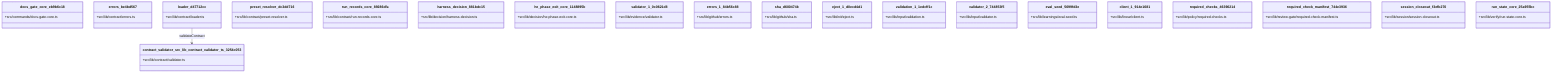
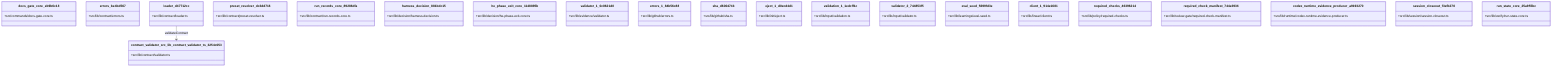
classDiagram
  class docs_gate_core_eb9b6c18 {
    +src/commands/docs-gate-core.ts
  }
  class errors_be4bd567 {
    +src/lib/contract/errors.ts
  }
  class loader_d47712cc {
    +src/lib/contract/loader.ts
  }
  class preset_resolver_dc3dd716 {
    +src/lib/contract/preset-resolver.ts
  }
  class run_records_core_89286dfa {
    +src/lib/contract/run-records-core.ts
  }
  class harness_decision_881bdc15 {
    +src/lib/decision/harness-decision.ts
  }
  class he_phase_exit_core_1148895b {
    +src/lib/decision/he-phase-exit-core.ts
  }
  class validator_1_0c0621d8 {
    +src/lib/evidence/validator.ts
  }
  class errors_1_84b56c88 {
    +src/lib/github/errors.ts
  }
  class sha_d600474b {
    +src/lib/github/sha.ts
  }
  class eject_1_d0ecd4d1 {
    +src/lib/init/eject.ts
  }
  class validation_1_1edcff1c {
    +src/lib/input/validation.ts
  }
  class validator_2_744853f5 {
    +src/lib/input/validator.ts
  }
  class eval_seed_5699fd3e {
    +src/lib/learnings/eval-seed.ts
  }
  class client_1_914e1681 {
    +src/lib/linear/client.ts
  }
  class required_checks_46396214 {
    +src/lib/policy/required-checks.ts
  }
  class required_check_manifest_744e3936 {
    +src/lib/review-gate/required-check-manifest.ts
  }
+   class codex_runtime_evidence_producer_a9193270 {
+     +src/lib/runtime/codex-runtime-evidence-producer.ts
+   }
  class session_closeout_f3efb270 {
    +src/lib/session/session-closeout.ts
  }
  class run_state_core_25a955bc {
    +src/lib/verify/run-state-core.ts
  }
  class contract_validator_src_lib_contract_validator_ts_3254c053 {
    +src/lib/contract/validator.ts
  }
  loader_d47712cc --> contract_validator_src_lib_contract_validator_ts_3254c053 : validateContract
